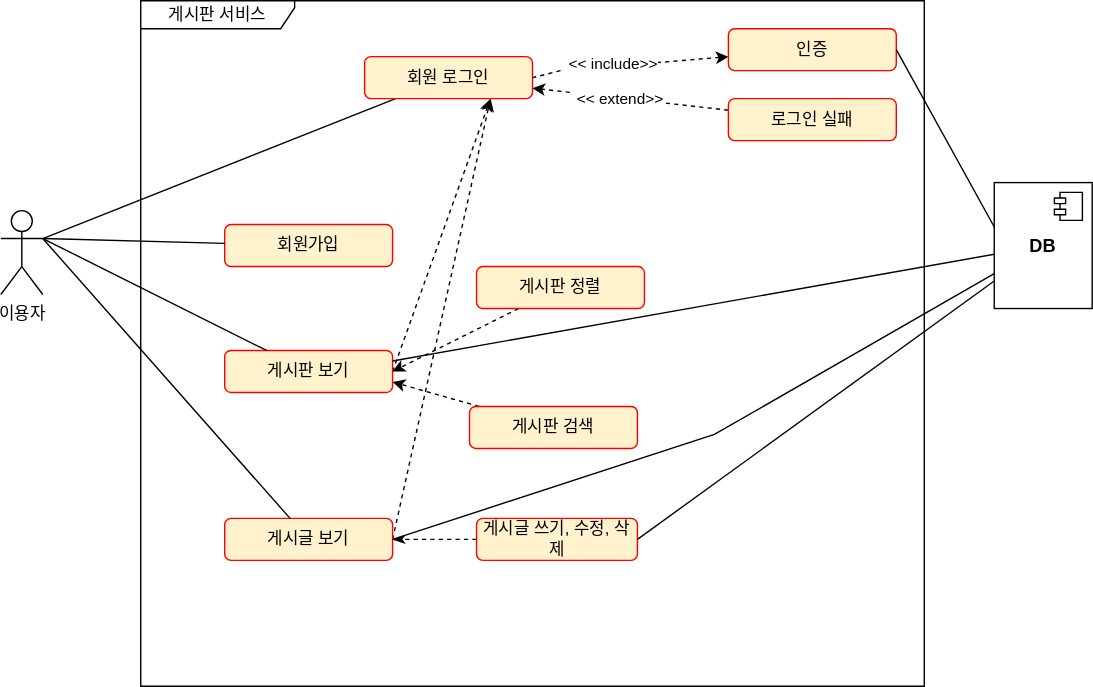
This is document/use-case.svg from yuni02/sparta09-project-board, a draw.io export, as it was before one commit. Source tidied: cells renumbered, new cells last; positions are measured from the earlier drawing's top-left corner, leaving out a move shared by most shapes.
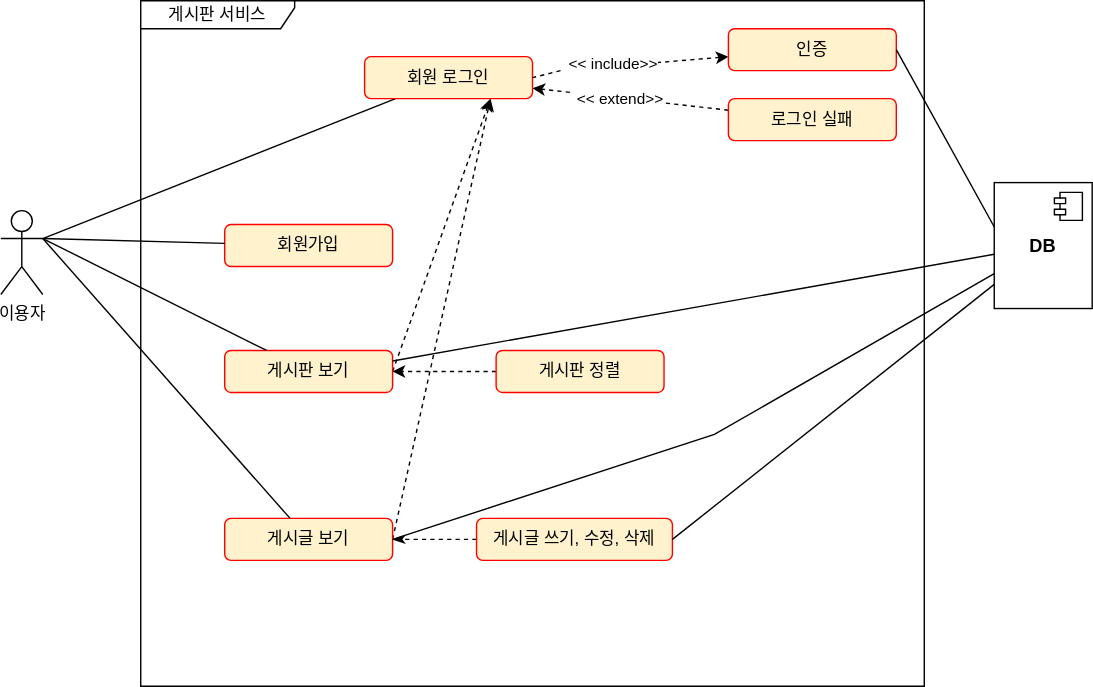
After the change.

Commit message:
#22: use-case.svg 업데이트 - 게시판 검색 기능 제거

What changed in the source:
```diff
@@ -56,19 +56,13 @@
       <mxGeometry relative="1" as="geometry" />
     </mxCell>
     <mxCell id="17" value="게시판 정렬" style="rounded=1;whiteSpace=wrap;html=1;fillColor=#fff2cc;strokeColor=#FF0000;" parent="1" vertex="1">
-      <mxGeometry x="340" y="190" width="120" height="30" as="geometry" />
+      <mxGeometry x="354" y="250" width="120" height="30" as="geometry" />
     </mxCell>
-    <mxCell id="18" style="edgeStyle=none;shape=connector;rounded=0;jettySize=auto;html=1;entryX=1;entryY=0.75;entryDx=0;entryDy=0;strokeColor=default;align=center;verticalAlign=middle;fontFamily=Helvetica;fontSize=11;fontColor=default;labelBackgroundColor=default;startFill=0;endArrow=classic;dashed=1;endFill=1;" parent="1" edge="1" source="19" target="6">
-      <mxGeometry relative="1" as="geometry" />
-    </mxCell>
-    <mxCell id="19" value="게시판 검색" style="rounded=1;whiteSpace=wrap;html=1;fillColor=#fff2cc;strokeColor=#FF0000;" parent="1" vertex="1">
-      <mxGeometry x="335" y="290" width="120" height="30" as="geometry" />
-    </mxCell>
     <mxCell id="20" style="edgeStyle=none;shape=connector;rounded=0;jettySize=auto;html=1;entryX=1;entryY=0.5;entryDx=0;entryDy=0;strokeColor=default;align=center;verticalAlign=middle;fontFamily=Helvetica;fontSize=11;fontColor=default;labelBackgroundColor=default;startFill=0;endArrow=classicThin;dashed=1;endFill=1;" parent="1" edge="1" source="21" target="8">
       <mxGeometry relative="1" as="geometry" />
     </mxCell>
     <mxCell id="21" value="게시글 쓰기, 수정, 삭제" style="rounded=1;whiteSpace=wrap;html=1;fillColor=#fff2cc;strokeColor=#FF0000;" parent="1" vertex="1">
-      <mxGeometry x="340" y="370" width="115" height="30" as="geometry" />
+      <mxGeometry x="340" y="370" width="140" height="30" as="geometry" />
     </mxCell>
     <mxCell id="22" style="rounded=0;jettySize=auto;html=1;entryX=1;entryY=0.3333333333333333;entryDx=0;entryDy=0;entryPerimeter=0;endArrow=none;startFill=0;" parent="1" edge="1" source="4" target="2">
       <mxGeometry relative="1" as="geometry" />
```
